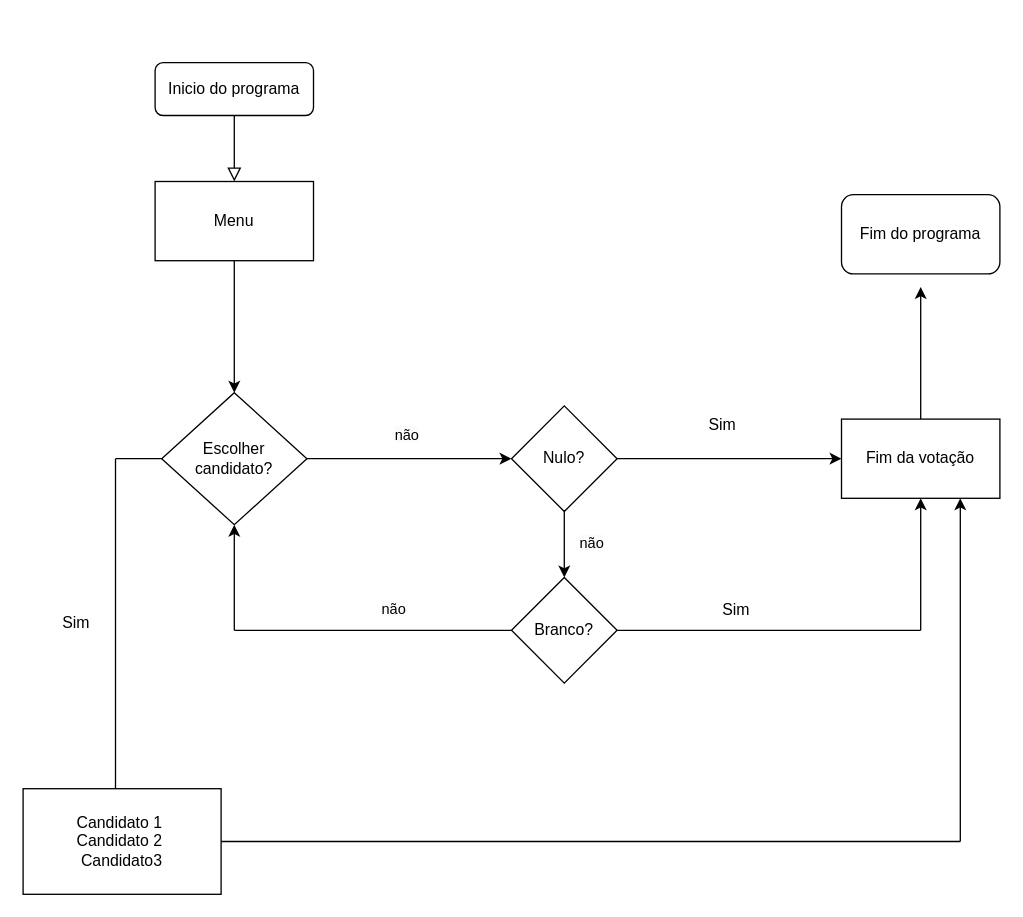
Before: Untitled Diagram.drawio in Juliana1800/Versionamento_aula_1, a draw.io diagram. Source tidied: cells renumbered, new cells numbered last; positions are measured from the earlier drawing's top-left corner, leaving out a move shared by most shapes. Both pictures are drawn from the tidied source at 132%, with x=0, y=0 at pixel (22, 62).
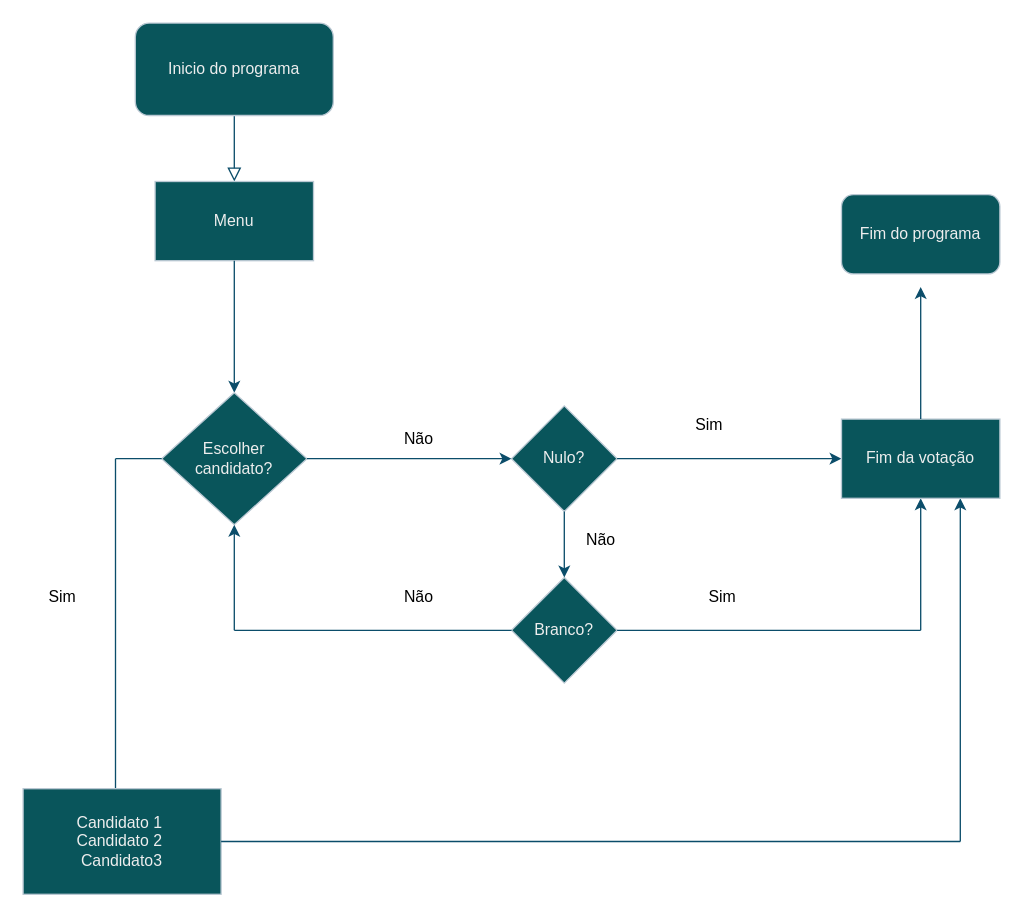
After the change.

Commit message:
Fluxograma urna

The edit, as a diff of the source:
```diff
@@
-    <mxCell id="2" style="rounded=0;html=1;jettySize=auto;fontSize=11;endArrow=block;endFill=0;endSize=8;strokeWidth=1;shadow=0;labelBackgroundColor=none;edgeStyle=orthogonalEdgeStyle;" parent="1" edge="1" source="3">
+    <mxCell id="2" style="rounded=0;html=1;jettySize=auto;fontSize=11;endArrow=block;endFill=0;endSize=8;strokeWidth=1;shadow=0;labelBackgroundColor=none;edgeStyle=orthogonalEdgeStyle;strokeColor=#0B4D6A;fontColor=default;" parent="1" edge="1" source="3">
       <mxGeometry relative="1" as="geometry">
         <mxPoint x="160" y="90" as="targetPoint" />
       </mxGeometry>
     </mxCell>
-    <mxCell id="3" value="Inicio do programa" style="rounded=1;whiteSpace=wrap;html=1;fontSize=12;glass=0;strokeWidth=1;shadow=0;" parent="1" vertex="1">
-      <mxGeometry x="100" width="120" height="40" as="geometry" />
+    <mxCell id="3" value="Inicio do programa" style="rounded=1;whiteSpace=wrap;html=1;fontSize=12;glass=0;strokeWidth=1;shadow=0;labelBackgroundColor=none;fillColor=#09555B;strokeColor=#BAC8D3;fontColor=#EEEEEE;" parent="1" vertex="1">
+      <mxGeometry x="85" y="-30" width="150" height="70" as="geometry" />
     </mxCell>
-    <mxCell id="4" value="Nulo?" style="rhombus;whiteSpace=wrap;html=1;" parent="1" vertex="1">
+    <mxCell id="4" value="Nulo?" style="rhombus;whiteSpace=wrap;html=1;labelBackgroundColor=none;fillColor=#09555B;strokeColor=#BAC8D3;fontColor=#EEEEEE;" parent="1" vertex="1">
       <mxGeometry x="370" y="260" width="80" height="80" as="geometry" />
     </mxCell>
-    <mxCell id="5" value="&lt;span style=&quot;color: rgb(0, 0, 0); font-family: Helvetica; font-size: 11px; font-style: normal; font-variant-ligatures: normal; font-variant-caps: normal; font-weight: 400; letter-spacing: normal; orphans: 2; text-align: center; text-indent: 0px; text-transform: none; widows: 2; word-spacing: 0px; -webkit-text-stroke-width: 0px; background-color: rgb(251, 251, 251); text-decoration-thickness: initial; text-decoration-style: initial; text-decoration-color: initial; float: none; display: inline !important;&quot;&gt;não&lt;/span&gt;" style="text;whiteSpace=wrap;html=1;" parent="1" vertex="1">
-      <mxGeometry x="280" y="268" width="20" height="30" as="geometry" />
-    </mxCell>
-    <mxCell id="6" style="endArrow=classic;html=1;rounded=0;exitX=1;exitY=0.5;exitDx=0;exitDy=0;" parent="1" edge="1" source="4">
+    <mxCell id="6" style="endArrow=classic;html=1;rounded=0;exitX=1;exitY=0.5;exitDx=0;exitDy=0;labelBackgroundColor=none;strokeColor=#0B4D6A;fontColor=default;" parent="1" edge="1" source="4">
       <mxGeometry relative="1" as="geometry">
         <mxPoint x="620" y="300" as="targetPoint" />
       </mxGeometry>
     </mxCell>
-    <mxCell id="7" value="Branco?" style="rhombus;whiteSpace=wrap;html=1;" parent="1" vertex="1">
+    <mxCell id="7" value="Branco?" style="rhombus;whiteSpace=wrap;html=1;labelBackgroundColor=none;fillColor=#09555B;strokeColor=#BAC8D3;fontColor=#EEEEEE;" parent="1" vertex="1">
       <mxGeometry x="370" y="390" width="80" height="80" as="geometry" />
     </mxCell>
-    <mxCell id="8" value="Sim" style="text;html=1;align=center;verticalAlign=middle;strokeColor=none;fillColor=none;" parent="1" vertex="1">
-      <mxGeometry x="520" y="400" width="40" height="30" as="geometry" />
-    </mxCell>
-    <mxCell id="9" style="endArrow=none;html=1;rounded=0;" parent="1" edge="1">
+    <mxCell id="9" style="endArrow=none;html=1;rounded=0;labelBackgroundColor=none;strokeColor=#0B4D6A;fontColor=default;" parent="1" edge="1">
       <mxGeometry relative="1" as="geometry">
         <mxPoint x="70" y="550" as="sourcePoint" />
         <mxPoint x="70" y="300" as="targetPoint" />
       </mxGeometry>
     </mxCell>
-    <mxCell id="10" value="Sim" style="text;html=1;strokeColor=none;fillColor=none;align=center;verticalAlign=middle;whiteSpace=wrap;rounded=0;" parent="1" vertex="1">
-      <mxGeometry x="500" y="260" width="60" height="30" as="geometry" />
-    </mxCell>
-    <mxCell id="11" value="Candidato 1&amp;nbsp;&lt;br&gt;Candidato 2&amp;nbsp;&lt;br&gt;Candidato3&lt;br&gt;" style="rounded=0;whiteSpace=wrap;html=1;" parent="1" vertex="1">
+    <mxCell id="11" value="Candidato 1&amp;nbsp;&lt;br&gt;Candidato 2&amp;nbsp;&lt;br&gt;Candidato3&lt;br&gt;" style="rounded=0;whiteSpace=wrap;html=1;labelBackgroundColor=none;fillColor=#09555B;strokeColor=#BAC8D3;fontColor=#EEEEEE;" parent="1" vertex="1">
       <mxGeometry y="550" width="150" height="80" as="geometry" />
     </mxCell>
-    <mxCell id="12" value="Menu" style="rounded=0;whiteSpace=wrap;html=1;" parent="1" vertex="1">
+    <mxCell id="12" value="Menu" style="rounded=0;whiteSpace=wrap;html=1;labelBackgroundColor=none;fillColor=#09555B;strokeColor=#BAC8D3;fontColor=#EEEEEE;" parent="1" vertex="1">
       <mxGeometry x="100" y="90" width="120" height="60" as="geometry" />
     </mxCell>
-    <mxCell id="13" style="endArrow=classic;html=1;rounded=0;" parent="1" edge="1">
+    <mxCell id="13" style="endArrow=classic;html=1;rounded=0;labelBackgroundColor=none;strokeColor=#0B4D6A;fontColor=default;" parent="1" edge="1">
       <mxGeometry relative="1" as="geometry">
         <mxPoint x="160" y="150" as="sourcePoint" />
         <mxPoint x="160" y="250" as="targetPoint" />
       </mxGeometry>
     </mxCell>
-    <mxCell id="14" value="Escolher &lt;br&gt;candidato?" style="rhombus;whiteSpace=wrap;html=1;" parent="1" vertex="1">
+    <mxCell id="14" value="Escolher &lt;br&gt;candidato?" style="rhombus;whiteSpace=wrap;html=1;labelBackgroundColor=none;fillColor=#09555B;strokeColor=#BAC8D3;fontColor=#EEEEEE;" parent="1" vertex="1">
       <mxGeometry x="105" y="250" width="110" height="100" as="geometry" />
     </mxCell>
-    <mxCell id="15" style="endArrow=classic;html=1;rounded=0;exitX=1;exitY=0.5;exitDx=0;exitDy=0;entryX=0;entryY=0.5;entryDx=0;entryDy=0;" parent="1" edge="1" source="14" target="4">
+    <mxCell id="15" style="endArrow=classic;html=1;rounded=0;exitX=1;exitY=0.5;exitDx=0;exitDy=0;entryX=0;entryY=0.5;entryDx=0;entryDy=0;labelBackgroundColor=none;strokeColor=#0B4D6A;fontColor=default;" parent="1" edge="1" source="14" target="4">
       <mxGeometry relative="1" as="geometry" />
     </mxCell>
-    <mxCell id="16" style="endArrow=classic;html=1;rounded=0;exitX=0.5;exitY=1;exitDx=0;exitDy=0;entryX=0.5;entryY=0;entryDx=0;entryDy=0;" parent="1" edge="1" source="4" target="7">
+    <mxCell id="16" style="endArrow=classic;html=1;rounded=0;exitX=0.5;exitY=1;exitDx=0;exitDy=0;entryX=0.5;entryY=0;entryDx=0;entryDy=0;labelBackgroundColor=none;strokeColor=#0B4D6A;fontColor=default;" parent="1" edge="1" source="4" target="7">
       <mxGeometry relative="1" as="geometry" />
     </mxCell>
-    <mxCell id="17" value="&lt;span style=&quot;color: rgb(0, 0, 0); font-family: Helvetica; font-size: 11px; font-style: normal; font-variant-ligatures: normal; font-variant-caps: normal; font-weight: 400; letter-spacing: normal; orphans: 2; text-align: center; text-indent: 0px; text-transform: none; widows: 2; word-spacing: 0px; -webkit-text-stroke-width: 0px; background-color: rgb(251, 251, 251); text-decoration-thickness: initial; text-decoration-style: initial; text-decoration-color: initial; float: none; display: inline !important;&quot;&gt;não&lt;/span&gt;" style="text;whiteSpace=wrap;html=1;" parent="1" vertex="1">
-      <mxGeometry x="420" y="350" width="20" height="30" as="geometry" />
-    </mxCell>
-    <mxCell id="18" style="endArrow=none;html=1;rounded=0;exitX=0;exitY=0.5;exitDx=0;exitDy=0;" parent="1" edge="1" source="7">
+    <mxCell id="18" style="endArrow=none;html=1;rounded=0;exitX=0;exitY=0.5;exitDx=0;exitDy=0;labelBackgroundColor=none;strokeColor=#0B4D6A;fontColor=default;" parent="1" edge="1" source="7">
       <mxGeometry relative="1" as="geometry">
         <mxPoint x="160" y="430" as="targetPoint" />
       </mxGeometry>
     </mxCell>
-    <mxCell id="19" style="endArrow=classic;html=1;rounded=0;entryX=0.5;entryY=1;entryDx=0;entryDy=0;" parent="1" edge="1" target="14">
+    <mxCell id="19" style="endArrow=classic;html=1;rounded=0;entryX=0.5;entryY=1;entryDx=0;entryDy=0;labelBackgroundColor=none;strokeColor=#0B4D6A;fontColor=default;" parent="1" edge="1" target="14">
       <mxGeometry relative="1" as="geometry">
         <mxPoint x="160" y="430" as="sourcePoint" />
       </mxGeometry>
     </mxCell>
-    <mxCell id="20" style="endArrow=none;html=1;rounded=0;exitX=1;exitY=0.5;exitDx=0;exitDy=0;" parent="1" edge="1" source="7">
+    <mxCell id="20" style="endArrow=none;html=1;rounded=0;exitX=1;exitY=0.5;exitDx=0;exitDy=0;labelBackgroundColor=none;strokeColor=#0B4D6A;fontColor=default;" parent="1" edge="1" source="7">
       <mxGeometry relative="1" as="geometry">
         <mxPoint x="680" y="430" as="targetPoint" />
       </mxGeometry>
     </mxCell>
-    <mxCell id="21" style="endArrow=classic;html=1;rounded=0;entryX=0.5;entryY=1;entryDx=0;entryDy=0;" parent="1" edge="1">
+    <mxCell id="21" style="endArrow=classic;html=1;rounded=0;entryX=0.5;entryY=1;entryDx=0;entryDy=0;labelBackgroundColor=none;strokeColor=#0B4D6A;fontColor=default;" parent="1" edge="1">
       <mxGeometry relative="1" as="geometry">
         <mxPoint x="680" y="430" as="sourcePoint" />
         <mxPoint x="680" y="330" as="targetPoint" />
       </mxGeometry>
     </mxCell>
-    <mxCell id="22" style="endArrow=none;html=1;rounded=0;entryX=0;entryY=0.5;entryDx=0;entryDy=0;" parent="1" edge="1" target="14">
+    <mxCell id="22" style="endArrow=none;html=1;rounded=0;entryX=0;entryY=0.5;entryDx=0;entryDy=0;labelBackgroundColor=none;strokeColor=#0B4D6A;fontColor=default;" parent="1" edge="1" target="14">
       <mxGeometry relative="1" as="geometry">
         <mxPoint x="70" y="300" as="sourcePoint" />
       </mxGeometry>
     </mxCell>
-    <mxCell id="23" value="Sim" style="text;html=1;align=center;verticalAlign=middle;strokeColor=none;fillColor=none;" parent="1" vertex="1">
-      <mxGeometry x="20" y="410" width="40" height="30" as="geometry" />
-    </mxCell>
-    <mxCell id="24" value="&lt;span style=&quot;color: rgb(0, 0, 0); font-family: Helvetica; font-size: 11px; font-style: normal; font-variant-ligatures: normal; font-variant-caps: normal; font-weight: 400; letter-spacing: normal; orphans: 2; text-align: center; text-indent: 0px; text-transform: none; widows: 2; word-spacing: 0px; -webkit-text-stroke-width: 0px; background-color: rgb(251, 251, 251); text-decoration-thickness: initial; text-decoration-style: initial; text-decoration-color: initial; float: none; display: inline !important;&quot;&gt;não&lt;/span&gt;" style="text;whiteSpace=wrap;html=1;" parent="1" vertex="1">
-      <mxGeometry x="270" y="400" width="20" height="30" as="geometry" />
-    </mxCell>
-    <mxCell id="25" style="endArrow=none;html=1;rounded=0;exitX=1;exitY=0.5;exitDx=0;exitDy=0;" parent="1" edge="1" source="11">
+    <mxCell id="25" style="endArrow=none;html=1;rounded=0;exitX=1;exitY=0.5;exitDx=0;exitDy=0;labelBackgroundColor=none;strokeColor=#0B4D6A;fontColor=default;" parent="1" edge="1" source="11">
       <mxGeometry relative="1" as="geometry">
         <mxPoint x="710" y="590" as="targetPoint" />
       </mxGeometry>
     </mxCell>
-    <mxCell id="26" style="endArrow=classic;html=1;rounded=0;entryX=0.75;entryY=1;entryDx=0;entryDy=0;" parent="1" edge="1">
+    <mxCell id="26" style="endArrow=classic;html=1;rounded=0;entryX=0.75;entryY=1;entryDx=0;entryDy=0;labelBackgroundColor=none;strokeColor=#0B4D6A;fontColor=default;" parent="1" edge="1">
       <mxGeometry relative="1" as="geometry">
         <mxPoint x="710" y="590" as="sourcePoint" />
         <mxPoint x="710" y="330" as="targetPoint" />
       </mxGeometry>
     </mxCell>
-    <mxCell id="27" value="Fim da votação" style="rounded=0;whiteSpace=wrap;html=1;" parent="1" vertex="1">
+    <mxCell id="27" value="Fim da votação" style="rounded=0;whiteSpace=wrap;html=1;labelBackgroundColor=none;fillColor=#09555B;strokeColor=#BAC8D3;fontColor=#EEEEEE;" parent="1" vertex="1">
       <mxGeometry x="620" y="270" width="120" height="60" as="geometry" />
     </mxCell>
-    <mxCell id="28" style="endArrow=classic;html=1;rounded=0;exitX=0.5;exitY=0;exitDx=0;exitDy=0;" parent="1" edge="1" source="27">
+    <mxCell id="28" style="endArrow=classic;html=1;rounded=0;exitX=0.5;exitY=0;exitDx=0;exitDy=0;labelBackgroundColor=none;strokeColor=#0B4D6A;fontColor=default;" parent="1" edge="1" source="27">
       <mxGeometry relative="1" as="geometry">
         <mxPoint x="680" y="170" as="targetPoint" />
       </mxGeometry>
     </mxCell>
-    <mxCell id="29" value="Fim do programa" style="rounded=1;whiteSpace=wrap;html=1;" parent="1" vertex="1">
+    <mxCell id="29" value="Fim do programa" style="rounded=1;whiteSpace=wrap;html=1;labelBackgroundColor=none;fillColor=#09555B;strokeColor=#BAC8D3;fontColor=#EEEEEE;" parent="1" vertex="1">
       <mxGeometry x="620" y="100" width="120" height="60" as="geometry" />
     </mxCell>
+    <mxCell id="30" value="Sim" style="text;html=1;strokeColor=none;fillColor=none;align=center;verticalAlign=middle;whiteSpace=wrap;rounded=0;" parent="1" vertex="1">
+      <mxGeometry x="490" y="260" width="60" height="30" as="geometry" />
+    </mxCell>
+    <mxCell id="31" value="Sim" style="text;html=1;strokeColor=none;fillColor=none;align=center;verticalAlign=middle;whiteSpace=wrap;rounded=0;" parent="1" vertex="1">
+      <mxGeometry x="500" y="390" width="60" height="30" as="geometry" />
+    </mxCell>
+    <mxCell id="32" value="Não" style="text;html=1;strokeColor=none;fillColor=none;align=center;verticalAlign=middle;whiteSpace=wrap;rounded=0;" parent="1" vertex="1">
+      <mxGeometry x="270" y="390" width="60" height="30" as="geometry" />
+    </mxCell>
+    <mxCell id="33" value="Não" style="text;html=1;strokeColor=none;fillColor=none;align=center;verticalAlign=middle;whiteSpace=wrap;rounded=0;" parent="1" vertex="1">
+      <mxGeometry x="270" y="270" width="60" height="30" as="geometry" />
+    </mxCell>
+    <mxCell id="34" value="Sim" style="text;html=1;strokeColor=none;fillColor=none;align=center;verticalAlign=middle;whiteSpace=wrap;rounded=0;" parent="1" vertex="1">
+      <mxGeometry y="390" width="60" height="30" as="geometry" />
+    </mxCell>
+    <mxCell id="35" value="Não" style="text;html=1;strokeColor=none;fillColor=none;align=center;verticalAlign=middle;whiteSpace=wrap;rounded=0;" parent="1" vertex="1">
+      <mxGeometry x="408" y="347" width="60" height="30" as="geometry" />
+    </mxCell>
```
